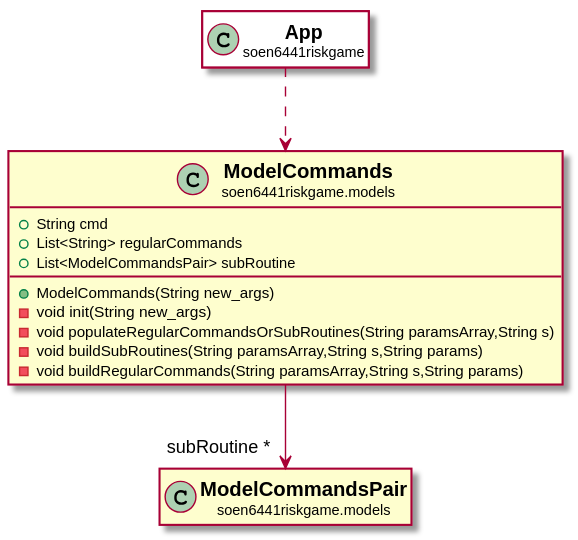
The PlantUML diagram docs/javadocs/soen6441riskgame/models/ModelCommands.svg in huntertran/soen6441-riskgame, before a commit.
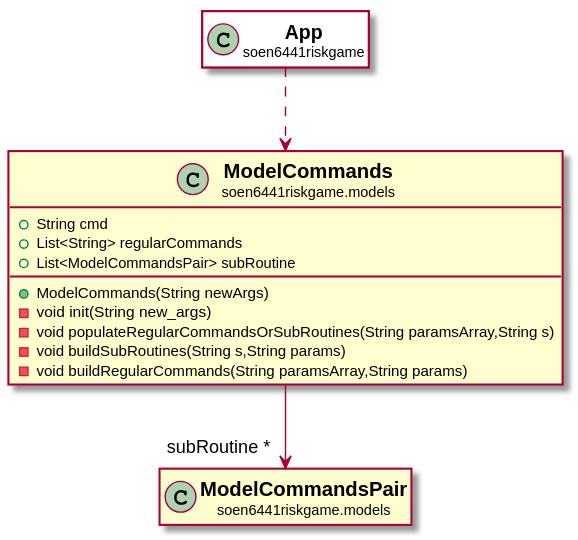
After the commit.

Change to the diagram source:
```diff
@@ -7,11 +7,11 @@
 +String cmd
 +List<String> regularCommands
 +List<ModelCommandsPair> subRoutine
-+ModelCommands(String new_args)
++ModelCommands(String newArgs)
 -void init(String new_args)
 -void populateRegularCommandsOrSubRoutines(String paramsArray,String s)
--void buildSubRoutines(String paramsArray,String s,String params)
--void buildRegularCommands(String paramsArray,String s,String params)
+-void buildSubRoutines(String s,String params)
+-void buildRegularCommands(String paramsArray,String params)
 }
 
 
```
